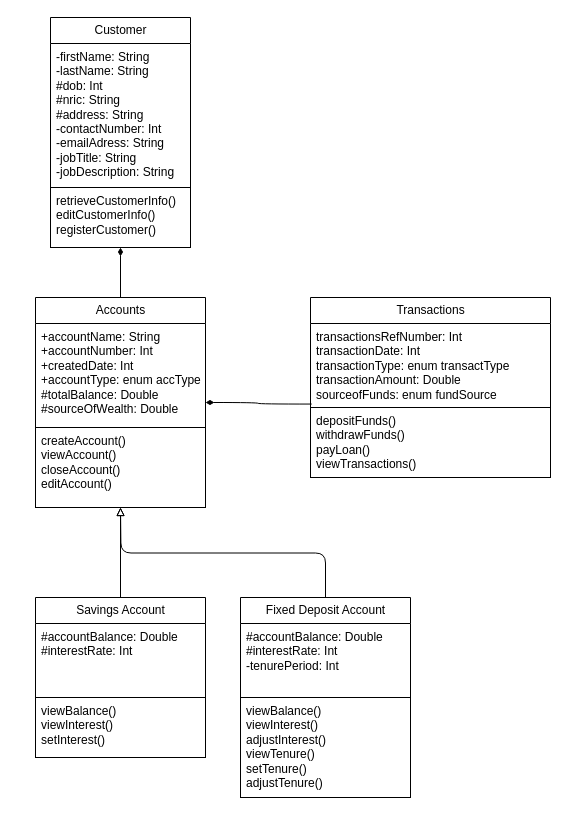
Before: classDiagrams/simple_banking_app.drawio in ChowWaiTin/Java-Learning, a draw.io diagram. Source tidied: cells renumbered, new cells numbered last; positions are measured from the earlier drawing's top-left corner, leaving out a move shared by most shapes. Both pictures are drawn from the tidied source at 100%, with x=0, y=0 at pixel (35, 17).
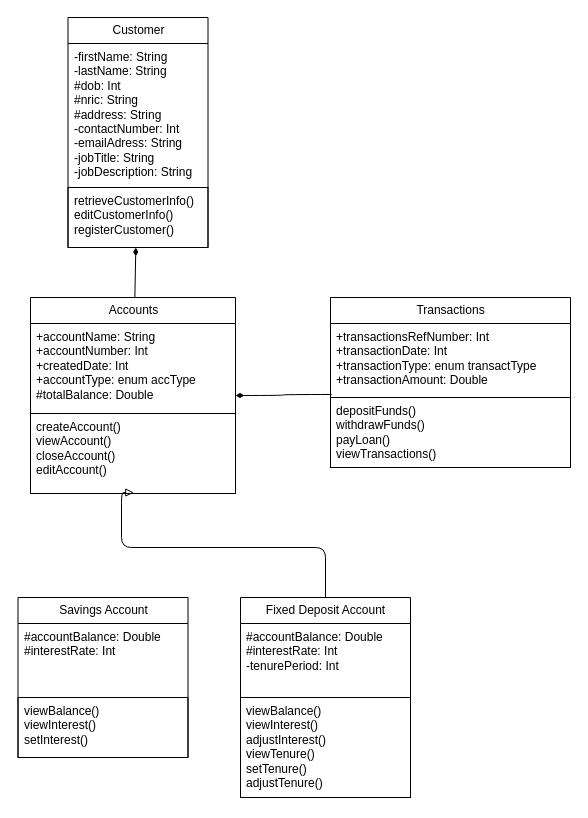
After the change.

Unchanged cells that the change refers to:
```xml
<mxCell id="18" value="Fixed Deposit Account" style="swimlane;fontStyle=0;horizontal=1;startSize=26;fillColor=none;html=1;" parent="1" vertex="1">
  <mxGeometry x="205" y="580" width="170" height="200" as="geometry" />
</mxCell>
```

The edit, as a diff of the source:
```diff
@@
     <mxCell id="3" value="Customer" style="swimlane;fontStyle=0;horizontal=1;startSize=26;fillColor=none;html=1;" parent="1" vertex="1">
-      <mxGeometry x="15" width="140" height="230" as="geometry" />
+      <mxGeometry x="32.5" width="140" height="230" as="geometry" />
     </mxCell>
@@
     <mxCell id="7" value="Accounts" style="swimlane;fontStyle=0;horizontal=1;startSize=26;fillColor=none;html=1;" parent="1" vertex="1">
-      <mxGeometry y="280" width="170" height="210" as="geometry" />
+      <mxGeometry x="-5" y="280" width="205" height="196" as="geometry" />
     </mxCell>
-    <mxCell id="8" value="+accountName: String&lt;br&gt;+accountNumber: Int&lt;br&gt;+createdDate: Int&lt;br&gt;+accountType: enum accType&lt;br&gt;#totalBalance: Double&lt;br&gt;#sourceOfWealth: Double" style="text;strokeColor=none;fillColor=none;align=left;verticalAlign=top;spacingLeft=4;spacingRight=4;overflow=hidden;whiteSpace=wrap;html=1;" parent="7" vertex="1">
-      <mxGeometry y="26" width="170" height="104" as="geometry" />
+    <mxCell id="8" value="+accountName: String&lt;br&gt;+accountNumber: Int&lt;br&gt;+createdDate: Int&lt;br&gt;+accountType: enum accType&lt;br&gt;#totalBalance: Double&lt;br&gt;" style="text;strokeColor=none;fillColor=none;align=left;verticalAlign=top;spacingLeft=4;spacingRight=4;overflow=hidden;whiteSpace=wrap;html=1;" parent="7" vertex="1">
+      <mxGeometry y="26" width="205" height="90" as="geometry" />
     </mxCell>
     <mxCell id="9" value="createAccount()&lt;br&gt;viewAccount()&lt;br&gt;closeAccount()&lt;br&gt;editAccount()" style="text;strokeColor=default;fillColor=none;align=left;verticalAlign=top;spacingLeft=4;spacingRight=4;overflow=hidden;points=[[0,0.5],[1,0.5]];portConstraint=eastwest;whiteSpace=wrap;html=1;" parent="7" vertex="1">
-      <mxGeometry y="130" width="170" height="80" as="geometry" />
+      <mxGeometry y="116" width="205" height="80" as="geometry" />
     </mxCell>
     <mxCell id="10" value="Transactions" style="swimlane;fontStyle=0;horizontal=1;startSize=26;fillColor=none;html=1;" parent="1" vertex="1">
-      <mxGeometry x="275" y="280" width="240" height="180" as="geometry" />
+      <mxGeometry x="295" y="280" width="240" height="170" as="geometry" />
     </mxCell>
-    <mxCell id="11" value="transactionsRefNumber: Int&lt;br&gt;transactionDate: Int&lt;br&gt;transactionType: enum transactType&lt;br&gt;transactionAmount: Double&lt;br&gt;sourceofFunds: enum fundSource" style="text;strokeColor=none;fillColor=none;align=left;verticalAlign=top;spacingLeft=4;spacingRight=4;overflow=hidden;points=[[0,0.5],[1,0.5]];portConstraint=eastwest;whiteSpace=wrap;html=1;" parent="10" vertex="1">
-      <mxGeometry y="26" width="240" height="84" as="geometry" />
+    <mxCell id="11" value="+transactionsRefNumber: Int&lt;br&gt;+transactionDate: Int&lt;br&gt;+transactionType: enum transactType&lt;br&gt;+transactionAmount: Double" style="text;strokeColor=none;fillColor=none;align=left;verticalAlign=top;spacingLeft=4;spacingRight=4;overflow=hidden;points=[[0,0.5],[1,0.5]];portConstraint=eastwest;whiteSpace=wrap;html=1;" parent="10" vertex="1">
+      <mxGeometry y="26" width="240" height="74" as="geometry" />
     </mxCell>
     <mxCell id="12" value="depositFunds()&lt;br&gt;withdrawFunds()&lt;br&gt;payLoan()&lt;br&gt;viewTransactions()" style="text;strokeColor=default;fillColor=none;align=left;verticalAlign=top;spacingLeft=4;spacingRight=4;overflow=hidden;whiteSpace=wrap;html=1;" parent="10" vertex="1">
-      <mxGeometry y="110" width="240" height="70" as="geometry" />
+      <mxGeometry y="100" width="240" height="70" as="geometry" />
     </mxCell>
-    <mxCell id="13" style="edgeStyle=orthogonalEdgeStyle;html=1;startArrow=none;startFill=0;endArrow=block;endFill=0;elbow=vertical;" parent="1" edge="1" source="14">
-      <mxGeometry relative="1" as="geometry">
-        <mxPoint x="85" y="490" as="targetPoint" />
-      </mxGeometry>
-    </mxCell>
     <mxCell id="14" value="Savings Account" style="swimlane;fontStyle=0;horizontal=1;startSize=26;fillColor=none;html=1;" parent="1" vertex="1">
-      <mxGeometry y="580" width="170" height="160" as="geometry" />
+      <mxGeometry x="-17.5" y="580" width="170" height="160" as="geometry" />
     </mxCell>
@@
-    <mxCell id="17" style="edgeStyle=orthogonalEdgeStyle;html=1;startArrow=none;startFill=0;endArrow=block;endFill=0;elbow=vertical;exitX=0.5;exitY=0;exitDx=0;exitDy=0;" parent="1" edge="1" source="18">
+    <mxCell id="17" style="edgeStyle=orthogonalEdgeStyle;html=1;startArrow=none;startFill=0;endArrow=block;endFill=0;elbow=vertical;exitX=0.5;exitY=0;exitDx=0;exitDy=0;entryX=0.504;entryY=0.988;entryDx=0;entryDy=0;entryPerimeter=0;" parent="1" edge="1" source="18" target="9">
       <mxGeometry relative="1" as="geometry">
-        <mxPoint x="85" y="490" as="targetPoint" />
+        <Array as="points">
+          <mxPoint x="290" y="530" />
+          <mxPoint x="86" y="530" />
+        </Array>
       </mxGeometry>
     </mxCell>
```
